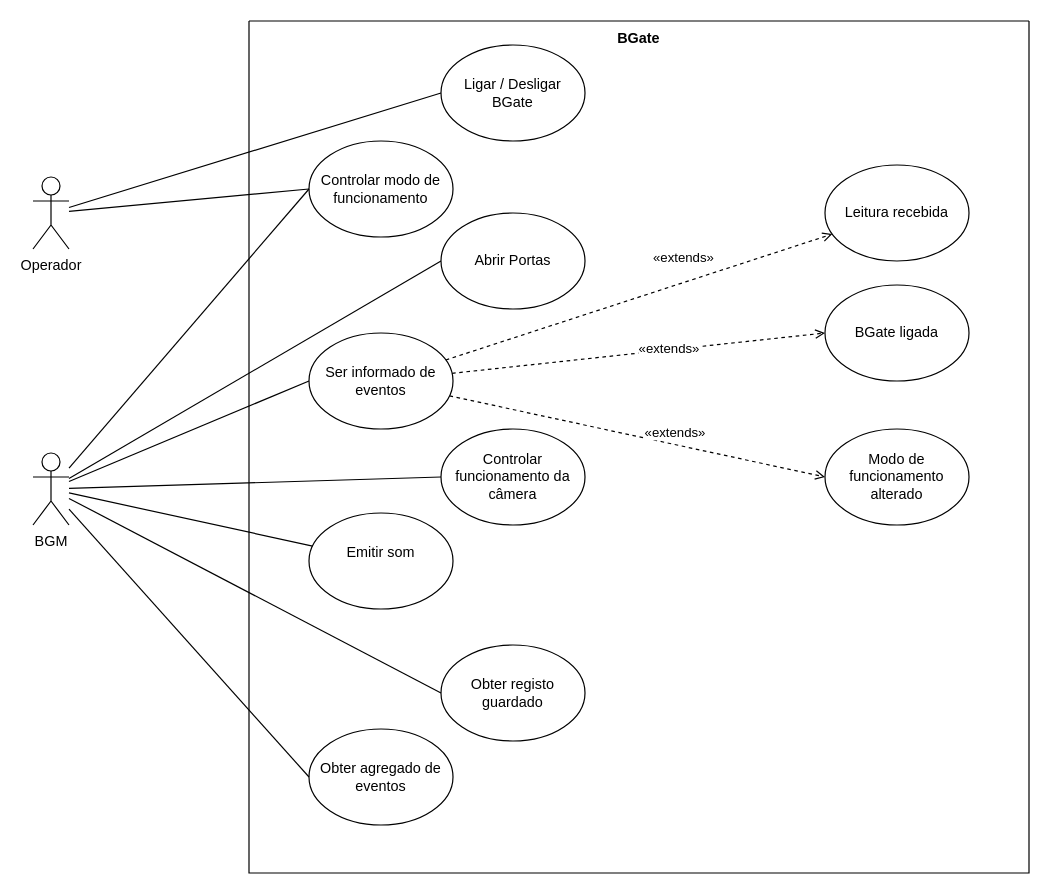
This is E2/models/U1.drawio from rodrigoFfreire/AMS-24-25, a draw.io file, before an edit. Source tidied: cells renumbered, new cells numbered last; positions are measured from the earlier drawing's top-left corner, leaving out a move shared by most shapes. Both pictures are drawn from the tidied source at 120%, with x=0, y=0 at pixel (32, 20).
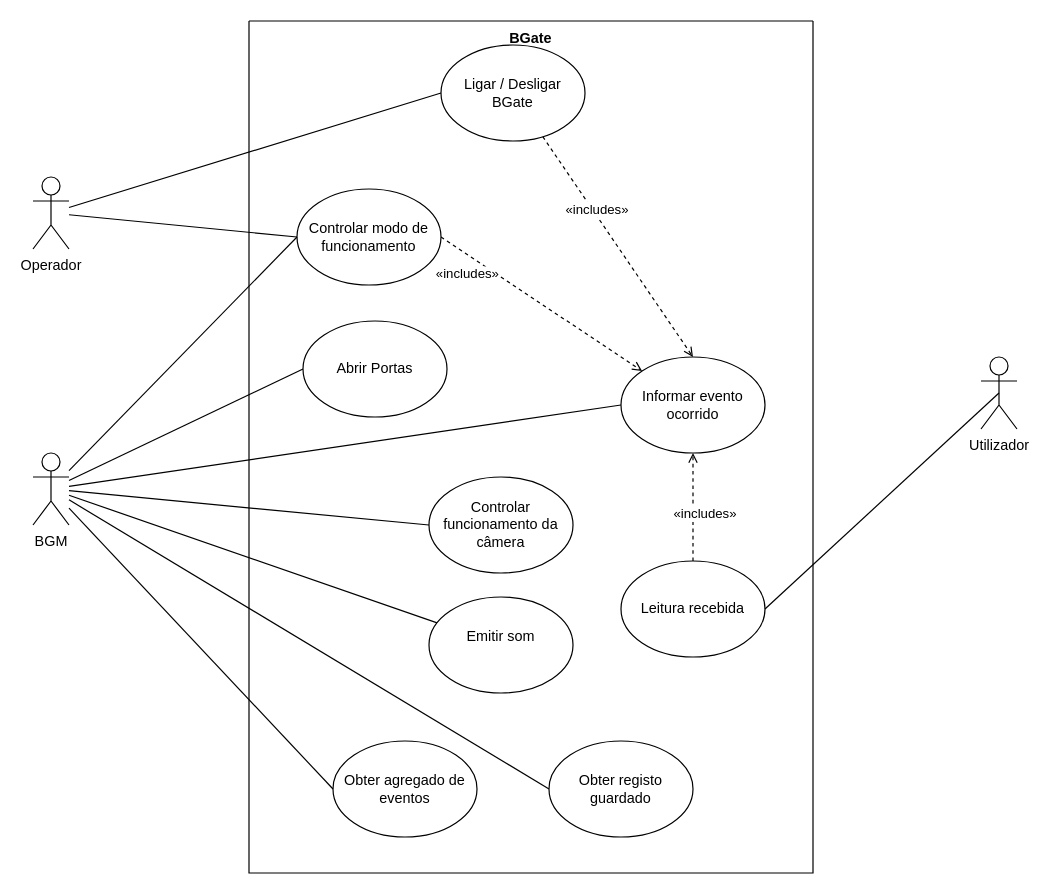
The same page after the edit.

Commit message:
fix(U1): Missing use case + reorganization

Unchanged cells that the change refers to:
```xml
<mxCell id="9" value="Ligar / Desligar BGate" style="ellipse;whiteSpace=wrap;html=1;" parent="2" vertex="1">
  <mxGeometry x="160" y="20" width="120" height="80" as="geometry" />
</mxCell>
```

The edit, as a diff of the source:
```diff
@@
     <mxCell id="2" value="&#10;&#10;BGate" style="swimlane;startSize=0;" parent="1" vertex="1">
-      <mxGeometry x="180" width="650" height="710" as="geometry" />
+      <mxGeometry x="180" width="470" height="710" as="geometry" />
     </mxCell>
-    <mxCell id="3" value="«extends»" style="rounded=0;jettySize=auto;html=1;dashed=1;endArrow=open;endFill=0;" parent="2" edge="1" source="11" target="15">
-      <mxGeometry x="0.27" y="20" relative="1" as="geometry" />
+    <mxCell id="3" value="«includes»" style="rounded=0;jettySize=auto;html=1;dashed=1;endArrow=open;endFill=0;" parent="2" edge="1" source="15" target="11">
+      <mxGeometry x="-0.14" y="-10" relative="1" as="geometry" />
     </mxCell>
-    <mxCell id="4" style="rounded=0;jettySize=auto;html=1;entryX=0;entryY=0.5;entryDx=0;entryDy=0;endArrow=open;endFill=0;dashed=1;" parent="2" edge="1" source="11" target="14">
-      <mxGeometry relative="1" as="geometry" />
-    </mxCell>
-    <mxCell id="5" value="«extends»" style="edgeLabel;html=1;align=center;verticalAlign=middle;" parent="4" vertex="1">
-      <mxGeometry x="-0.31" y="1" relative="1" as="geometry">
-        <mxPoint x="73" y="-8" as="offset" />
-      </mxGeometry>
-    </mxCell>
-    <mxCell id="6" style="rounded=0;jettySize=auto;html=1;entryX=0;entryY=0.5;entryDx=0;entryDy=0;dashed=1;endArrow=open;endFill=0;" parent="2" edge="1" source="11" target="13">
-      <mxGeometry x="-0.06" y="19" relative="1" as="geometry" />
-    </mxCell>
-    <mxCell id="7" style="edgeLabel;html=1;align=center;verticalAlign=middle;" parent="6" vertex="1">
-      <mxGeometry x="0.13" y="-1" relative="1" as="geometry" />
-    </mxCell>
-    <mxCell id="8" value="«extends»" style="edgeLabel;html=1;align=center;verticalAlign=middle;" parent="6" vertex="1">
-      <mxGeometry x="-0.04" y="22" relative="1" as="geometry">
-        <mxPoint x="32" y="19" as="offset" />
-      </mxGeometry>
-    </mxCell>
+    <mxCell id="31" style="rounded=0;jettySize=auto;html=1;entryX=0.5;entryY=0;entryDx=0;entryDy=0;endArrow=open;endFill=0;dashed=1;" parent="2" edge="1" source="9" target="11">
+      <mxGeometry relative="1" as="geometry" />
+    </mxCell>
+    <mxCell id="32" value="«includes»" style="edgeLabel;html=1;align=center;verticalAlign=middle;" parent="31" vertex="1">
+      <mxGeometry x="-0.25" y="-3" relative="1" as="geometry">
+        <mxPoint y="-10" as="offset" />
+      </mxGeometry>
+    </mxCell>
@@
+    <mxCell id="33" style="rounded=0;jettySize=auto;html=1;entryX=0;entryY=0;entryDx=0;entryDy=0;endArrow=open;endFill=0;dashed=1;exitX=1;exitY=0.5;exitDx=0;exitDy=0;" parent="2" edge="1" source="10" target="11">
+      <mxGeometry relative="1" as="geometry" />
+    </mxCell>
+    <mxCell id="34" value="«includes»" style="edgeLabel;html=1;align=center;verticalAlign=middle;" parent="33" vertex="1">
+      <mxGeometry x="0.4" y="1" relative="1" as="geometry">
+        <mxPoint x="-96" y="-47" as="offset" />
+      </mxGeometry>
+    </mxCell>
     <mxCell id="10" value="Controlar modo de funcionamento" style="ellipse;whiteSpace=wrap;html=1;" parent="2" vertex="1">
-      <mxGeometry x="50" y="100" width="120" height="80" as="geometry" />
+      <mxGeometry x="40" y="140" width="120" height="80" as="geometry" />
     </mxCell>
-    <mxCell id="11" value="Ser informado de eventos" style="ellipse;whiteSpace=wrap;html=1;" parent="2" vertex="1">
-      <mxGeometry x="50" y="260" width="120" height="80" as="geometry" />
+    <mxCell id="11" value="Informar evento ocorrido" style="ellipse;whiteSpace=wrap;html=1;" parent="2" vertex="1">
+      <mxGeometry x="310" y="280" width="120" height="80" as="geometry" />
     </mxCell>
     <mxCell id="12" value="Controlar funcionamento da câmera" style="ellipse;whiteSpace=wrap;html=1;" parent="2" vertex="1">
-      <mxGeometry x="160" y="340" width="120" height="80" as="geometry" />
+      <mxGeometry x="150" y="380" width="120" height="80" as="geometry" />
     </mxCell>
-    <mxCell id="13" value="Modo de funcionamento alterado" style="ellipse;whiteSpace=wrap;html=1;" parent="2" vertex="1">
-      <mxGeometry x="480" y="340" width="120" height="80" as="geometry" />
-    </mxCell>
-    <mxCell id="14" value="BGate ligada" style="ellipse;whiteSpace=wrap;html=1;" parent="2" vertex="1">
-      <mxGeometry x="480" y="220" width="120" height="80" as="geometry" />
-    </mxCell>
     <mxCell id="15" value="Leitura recebida" style="ellipse;whiteSpace=wrap;html=1;" parent="2" vertex="1">
-      <mxGeometry x="480" y="120" width="120" height="80" as="geometry" />
+      <mxGeometry x="310" y="450" width="120" height="80" as="geometry" />
     </mxCell>
     <mxCell id="16" value="Emitir som&lt;div&gt;&lt;br&gt;&lt;/div&gt;" style="ellipse;whiteSpace=wrap;html=1;" parent="2" vertex="1">
-      <mxGeometry x="50" y="410" width="120" height="80" as="geometry" />
+      <mxGeometry x="150" y="480" width="120" height="80" as="geometry" />
     </mxCell>
     <mxCell id="17" value="Obter registo guardado" style="ellipse;whiteSpace=wrap;html=1;" parent="2" vertex="1">
-      <mxGeometry x="160" y="520" width="120" height="80" as="geometry" />
+      <mxGeometry x="250" y="600" width="120" height="80" as="geometry" />
     </mxCell>
     <mxCell id="18" value="Obter agregado de eventos" style="ellipse;whiteSpace=wrap;html=1;" parent="2" vertex="1">
-      <mxGeometry x="50" y="590" width="120" height="80" as="geometry" />
+      <mxGeometry x="70" y="600" width="120" height="80" as="geometry" />
     </mxCell>
@@
     <mxCell id="30" value="Abrir Portas" style="ellipse;whiteSpace=wrap;html=1;" parent="2" vertex="1">
-      <mxGeometry x="160" y="160" width="120" height="80" as="geometry" />
+      <mxGeometry x="45" y="250" width="120" height="80" as="geometry" />
     </mxCell>
+    <mxCell id="35" style="rounded=0;jettySize=auto;html=1;exitX=0.5;exitY=0.5;exitDx=0;exitDy=0;exitPerimeter=0;entryX=1;entryY=0.5;entryDx=0;entryDy=0;endArrow=none;endFill=0;" parent="1" edge="1" source="36" target="15">
+      <mxGeometry relative="1" as="geometry" />
+    </mxCell>
+    <mxCell id="36" value="Utilizador" style="shape=umlActor;verticalLabelPosition=bottom;verticalAlign=top;html=1;outlineConnect=0;" parent="1" vertex="1">
+      <mxGeometry x="790" y="280" width="30" height="60" as="geometry" />
+    </mxCell>
```
